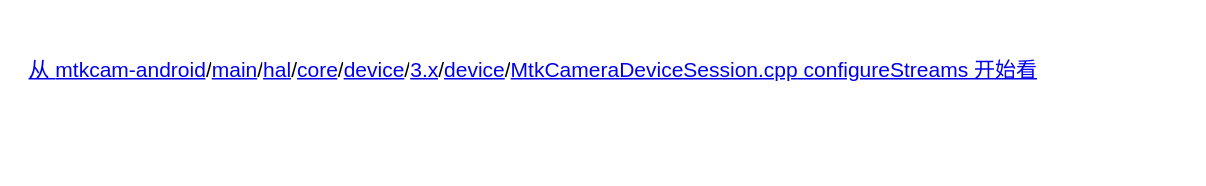
Above: ConfigFlow.drawio in Tachikoma2018/swap (draw.io), before the change. Source tidied: cells renumbered, new cells numbered last; positions are measured from the earlier drawing's top-left corner, leaving out a move shared by most shapes. Both pictures are drawn from the tidied source at 150%, with x=0, y=0 at pixel (26, 26).
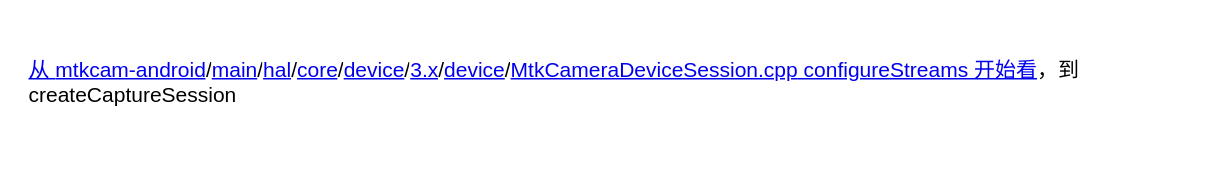
Above is the later version.

Change to the diagram source:
```diff
@@
 <mxGraphModel>
   <root>
     <mxCell id="0" />
     <mxCell id="1" parent="0" />
-    <mxCell id="2" value="&lt;div style=&quot;font-size: 14px; font-weight: normal;&quot;&gt;&lt;p&gt;&lt;span style=&quot;background-color: rgb(255, 255, 255);&quot;&gt;&lt;a href=&quot;http://10.2.12.151/Burberry_DEV19/xref/ALPS_150_MP0_VP0002_1555_dvlp/vendor/mediatek/proprietary/hardware/mtkcam-android/&quot; style=&quot;background-color: rgb(255, 255, 255);&quot;&gt;从 &lt;/a&gt;&lt;/span&gt;&lt;span style=&quot;background-color: rgb(255, 255, 255);&quot;&gt;&lt;a href=&quot;http://10.2.12.151/Burberry_DEV19/xref/ALPS_150_MP0_VP0002_1555_dvlp/vendor/mediatek/proprietary/hardware/mtkcam-android/&quot; style=&quot;background-color: rgb(255, 255, 255);&quot;&gt;mtkcam-android&lt;/a&gt;&lt;/span&gt;&lt;span style=&quot;background-color: rgb(255, 255, 255);&quot;&gt;/&lt;/span&gt;&lt;span style=&quot;background-color: rgb(255, 255, 255);&quot;&gt;&lt;a href=&quot;http://10.2.12.151/Burberry_DEV19/xref/ALPS_150_MP0_VP0002_1555_dvlp/vendor/mediatek/proprietary/hardware/mtkcam-android/main/&quot; style=&quot;background-color: rgb(255, 255, 255);&quot;&gt;main&lt;/a&gt;&lt;/span&gt;&lt;span style=&quot;background-color: rgb(255, 255, 255);&quot;&gt;/&lt;/span&gt;&lt;span style=&quot;background-color: rgb(255, 255, 255);&quot;&gt;&lt;a href=&quot;http://10.2.12.151/Burberry_DEV19/xref/ALPS_150_MP0_VP0002_1555_dvlp/vendor/mediatek/proprietary/hardware/mtkcam-android/main/hal/&quot; style=&quot;background-color: rgb(255, 255, 255);&quot;&gt;hal&lt;/a&gt;&lt;/span&gt;&lt;span style=&quot;background-color: rgb(255, 255, 255);&quot;&gt;/&lt;/span&gt;&lt;span style=&quot;background-color: rgb(255, 255, 255);&quot;&gt;&lt;a href=&quot;http://10.2.12.151/Burberry_DEV19/xref/ALPS_150_MP0_VP0002_1555_dvlp/vendor/mediatek/proprietary/hardware/mtkcam-android/main/hal/core/&quot; style=&quot;background-color: rgb(255, 255, 255);&quot;&gt;core&lt;/a&gt;&lt;/span&gt;&lt;span style=&quot;background-color: rgb(255, 255, 255);&quot;&gt;/&lt;/span&gt;&lt;span style=&quot;background-color: rgb(255, 255, 255);&quot;&gt;&lt;a href=&quot;http://10.2.12.151/Burberry_DEV19/xref/ALPS_150_MP0_VP0002_1555_dvlp/vendor/mediatek/proprietary/hardware/mtkcam-android/main/hal/core/device/&quot; style=&quot;background-color: rgb(255, 255, 255);&quot;&gt;device&lt;/a&gt;&lt;/span&gt;&lt;span style=&quot;background-color: rgb(255, 255, 255);&quot;&gt;/&lt;/span&gt;&lt;span style=&quot;background-color: rgb(255, 255, 255);&quot;&gt;&lt;a href=&quot;http://10.2.12.151/Burberry_DEV19/xref/ALPS_150_MP0_VP0002_1555_dvlp/vendor/mediatek/proprietary/hardware/mtkcam-android/main/hal/core/device/3.x/&quot; style=&quot;background-color: rgb(255, 255, 255);&quot;&gt;3.x&lt;/a&gt;&lt;/span&gt;&lt;span style=&quot;background-color: rgb(255, 255, 255);&quot;&gt;/&lt;/span&gt;&lt;span style=&quot;background-color: rgb(255, 255, 255);&quot;&gt;&lt;a href=&quot;http://10.2.12.151/Burberry_DEV19/xref/ALPS_150_MP0_VP0002_1555_dvlp/vendor/mediatek/proprietary/hardware/mtkcam-android/main/hal/core/device/3.x/device/&quot; style=&quot;background-color: rgb(255, 255, 255);&quot;&gt;device&lt;/a&gt;&lt;/span&gt;&lt;span style=&quot;background-color: rgb(255, 255, 255);&quot;&gt;/&lt;/span&gt;&lt;span style=&quot;background-color: rgb(255, 255, 255);&quot;&gt;&lt;a href=&quot;http://10.2.12.151/Burberry_DEV19/xref/ALPS_150_MP0_VP0002_1555_dvlp/vendor/mediatek/proprietary/hardware/mtkcam-android/main/hal/core/device/3.x/device/MtkCameraDeviceSession.cpp&quot; style=&quot;background-color: rgb(255, 255, 255);&quot;&gt;MtkCameraDeviceSession.cpp&lt;/a&gt;&lt;/span&gt;&lt;span style=&quot;background-color: rgb(255, 255, 255);&quot;&gt;&lt;a href=&quot;http://10.2.12.151/Burberry_DEV19/xref/ALPS_150_MP0_VP0002_1555_dvlp/vendor/mediatek/proprietary/hardware/mtkcam-android/main/hal/core/device/3.x/device/MtkCameraDeviceSession.cpp&quot; style=&quot;background-color: rgb(255, 255, 255);&quot;&gt; configureStreams 开始看&lt;/a&gt;&lt;/span&gt;&lt;/p&gt;&lt;/div&gt;&lt;span style=&quot;white-space:pre-wrap;&quot;&gt;&lt;/span&gt;" style="text;whiteSpace=wrap;html=1;fontColor=default;" parent="1" vertex="1">
+    <mxCell id="2" value="&lt;div style=&quot;font-size: 14px; font-weight: normal;&quot;&gt;&lt;p&gt;&lt;span style=&quot;background-color: rgb(255, 255, 255);&quot;&gt;&lt;a href=&quot;http://10.2.12.151/Burberry_DEV19/xref/ALPS_150_MP0_VP0002_1555_dvlp/vendor/mediatek/proprietary/hardware/mtkcam-android/&quot; style=&quot;background-color: rgb(255, 255, 255);&quot;&gt;从 &lt;/a&gt;&lt;/span&gt;&lt;span style=&quot;background-color: rgb(255, 255, 255);&quot;&gt;&lt;a href=&quot;http://10.2.12.151/Burberry_DEV19/xref/ALPS_150_MP0_VP0002_1555_dvlp/vendor/mediatek/proprietary/hardware/mtkcam-android/&quot; style=&quot;background-color: rgb(255, 255, 255);&quot;&gt;mtkcam-android&lt;/a&gt;&lt;/span&gt;&lt;span style=&quot;background-color: rgb(255, 255, 255);&quot;&gt;/&lt;/span&gt;&lt;span style=&quot;background-color: rgb(255, 255, 255);&quot;&gt;&lt;a href=&quot;http://10.2.12.151/Burberry_DEV19/xref/ALPS_150_MP0_VP0002_1555_dvlp/vendor/mediatek/proprietary/hardware/mtkcam-android/main/&quot; style=&quot;background-color: rgb(255, 255, 255);&quot;&gt;main&lt;/a&gt;&lt;/span&gt;&lt;span style=&quot;background-color: rgb(255, 255, 255);&quot;&gt;/&lt;/span&gt;&lt;span style=&quot;background-color: rgb(255, 255, 255);&quot;&gt;&lt;a href=&quot;http://10.2.12.151/Burberry_DEV19/xref/ALPS_150_MP0_VP0002_1555_dvlp/vendor/mediatek/proprietary/hardware/mtkcam-android/main/hal/&quot; style=&quot;background-color: rgb(255, 255, 255);&quot;&gt;hal&lt;/a&gt;&lt;/span&gt;&lt;span style=&quot;background-color: rgb(255, 255, 255);&quot;&gt;/&lt;/span&gt;&lt;span style=&quot;background-color: rgb(255, 255, 255);&quot;&gt;&lt;a href=&quot;http://10.2.12.151/Burberry_DEV19/xref/ALPS_150_MP0_VP0002_1555_dvlp/vendor/mediatek/proprietary/hardware/mtkcam-android/main/hal/core/&quot; style=&quot;background-color: rgb(255, 255, 255);&quot;&gt;core&lt;/a&gt;&lt;/span&gt;&lt;span style=&quot;background-color: rgb(255, 255, 255);&quot;&gt;/&lt;/span&gt;&lt;span style=&quot;background-color: rgb(255, 255, 255);&quot;&gt;&lt;a href=&quot;http://10.2.12.151/Burberry_DEV19/xref/ALPS_150_MP0_VP0002_1555_dvlp/vendor/mediatek/proprietary/hardware/mtkcam-android/main/hal/core/device/&quot; style=&quot;background-color: rgb(255, 255, 255);&quot;&gt;device&lt;/a&gt;&lt;/span&gt;&lt;span style=&quot;background-color: rgb(255, 255, 255);&quot;&gt;/&lt;/span&gt;&lt;span style=&quot;background-color: rgb(255, 255, 255);&quot;&gt;&lt;a href=&quot;http://10.2.12.151/Burberry_DEV19/xref/ALPS_150_MP0_VP0002_1555_dvlp/vendor/mediatek/proprietary/hardware/mtkcam-android/main/hal/core/device/3.x/&quot; style=&quot;background-color: rgb(255, 255, 255);&quot;&gt;3.x&lt;/a&gt;&lt;/span&gt;&lt;span style=&quot;background-color: rgb(255, 255, 255);&quot;&gt;/&lt;/span&gt;&lt;span style=&quot;background-color: rgb(255, 255, 255);&quot;&gt;&lt;a href=&quot;http://10.2.12.151/Burberry_DEV19/xref/ALPS_150_MP0_VP0002_1555_dvlp/vendor/mediatek/proprietary/hardware/mtkcam-android/main/hal/core/device/3.x/device/&quot; style=&quot;background-color: rgb(255, 255, 255);&quot;&gt;device&lt;/a&gt;&lt;/span&gt;&lt;span style=&quot;background-color: rgb(255, 255, 255);&quot;&gt;/&lt;/span&gt;&lt;span style=&quot;background-color: rgb(255, 255, 255);&quot;&gt;&lt;a href=&quot;http://10.2.12.151/Burberry_DEV19/xref/ALPS_150_MP0_VP0002_1555_dvlp/vendor/mediatek/proprietary/hardware/mtkcam-android/main/hal/core/device/3.x/device/MtkCameraDeviceSession.cpp&quot; style=&quot;background-color: rgb(255, 255, 255);&quot;&gt;MtkCameraDeviceSession.cpp&lt;/a&gt;&lt;/span&gt;&lt;span style=&quot;background-color: rgb(255, 255, 255);&quot;&gt;&lt;a href=&quot;http://10.2.12.151/Burberry_DEV19/xref/ALPS_150_MP0_VP0002_1555_dvlp/vendor/mediatek/proprietary/hardware/mtkcam-android/main/hal/core/device/3.x/device/MtkCameraDeviceSession.cpp&quot; style=&quot;background-color: rgb(255, 255, 255);&quot;&gt; configureStreams 开始看&lt;/a&gt;，到 createCaptureSession&lt;/span&gt;&lt;/p&gt;&lt;/div&gt;&lt;span style=&quot;white-space:pre-wrap;&quot;&gt;&lt;/span&gt;" style="text;whiteSpace=wrap;html=1;fontColor=default;" parent="1" vertex="1">
       <mxGeometry width="770" height="90" as="geometry" />
     </mxCell>
   </root>
 </mxGraphModel>
```
